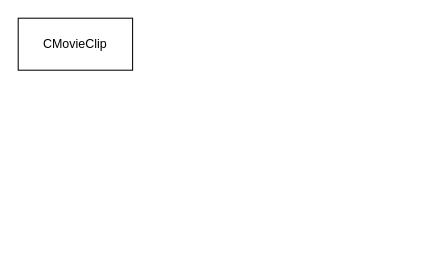
Before: page "帧动画动态补帧" (3 of 3) of G123/G123.drawio in breezerzxq/Diagram, a draw.io diagram. Source tidied: cells renumbered, new cells numbered last; positions are measured from the earlier drawing's top-left corner, leaving out a move shared by most shapes. Both pictures are drawn from the tidied source at 104%, with x=0, y=0 at pixel (18, 18).
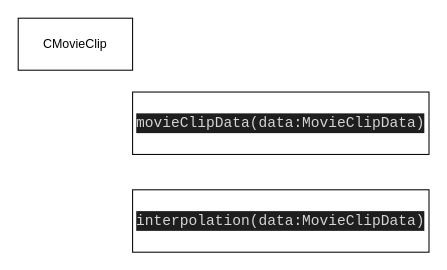
The same page after the edit.

What changed in the source:
```diff
@@
 <mxGraphModel>
   <root>
     <mxCell id="0" />
     <mxCell id="1" parent="0" />
     <mxCell id="2" value="CMovieClip" style="html=1;whiteSpace=wrap;" parent="1" vertex="1">
       <mxGeometry width="110" height="50" as="geometry" />
     </mxCell>
+    <mxCell id="3" value="&lt;div style=&quot;color: rgb(212, 212, 212); background-color: rgb(30, 30, 30); font-family: Consolas, &amp;quot;Courier New&amp;quot;, monospace; font-size: 14px; line-height: 19px;&quot;&gt;movieClipData(data:MovieClipData)&lt;/div&gt;" style="whiteSpace=wrap;html=1;" parent="1" vertex="1">
+      <mxGeometry x="110" y="71" width="285" height="60" as="geometry" />
+    </mxCell>
+    <mxCell id="4" value="&lt;div style=&quot;color: rgb(212, 212, 212); background-color: rgb(30, 30, 30); font-family: Consolas, &amp;quot;Courier New&amp;quot;, monospace; font-size: 14px; line-height: 19px;&quot;&gt;interpolation(data:MovieClipData)&lt;/div&gt;" style="whiteSpace=wrap;html=1;" parent="1" vertex="1">
+      <mxGeometry x="110" y="165" width="285" height="60" as="geometry" />
+    </mxCell>
   </root>
 </mxGraphModel>
```
